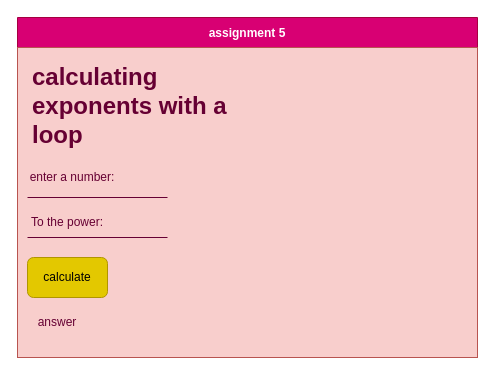
Above: design/storyboard.drawio in sophie-nguyen-0/ICS2O-assignment-5 (draw.io), before the change. Source tidied: cells renumbered, new cells numbered last; positions are measured from the earlier drawing's top-left corner, leaving out a move shared by most shapes. Both pictures are drawn from the tidied source at 100%, with x=0, y=0 at pixel (17, 17).
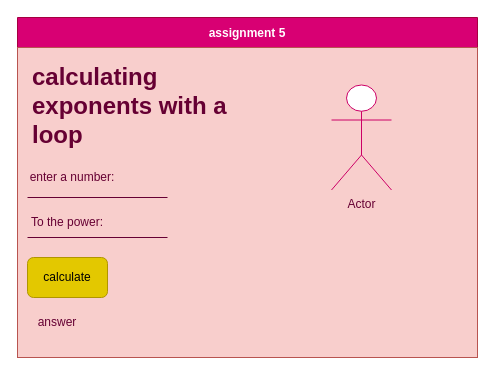
After the change.

Change to the diagram source:
```diff
@@
 <mxGraphModel>
   <root>
     <mxCell id="0" />
     <mxCell id="1" parent="0" />
     <mxCell id="2" value="assignment 5" style="swimlane;fillColor=#d80073;fontColor=#ffffff;strokeColor=#A50040;startSize=30;" parent="1" vertex="1">
       <mxGeometry width="460" height="240" as="geometry" />
     </mxCell>
     <mxCell id="3" style="rounded=0;whiteSpace=wrap;html=1;fillColor=#f8cecc;strokeColor=#b85450;" parent="1" vertex="1">
       <mxGeometry y="30" width="460" height="310" as="geometry" />
     </mxCell>
     <mxCell id="4" value="&lt;h1&gt;calculating exponents with a loop&lt;/h1&gt;&lt;p&gt;&lt;br&gt;&lt;/p&gt;" style="text;html=1;strokeColor=none;fillColor=none;spacing=5;spacingTop=-20;whiteSpace=wrap;overflow=hidden;rounded=0;fontColor=#660033;" parent="1" vertex="1">
       <mxGeometry x="10" y="40" width="220" height="120" as="geometry" />
     </mxCell>
     <mxCell id="5" value="enter a number:" style="text;html=1;strokeColor=none;fillColor=none;align=center;verticalAlign=middle;whiteSpace=wrap;rounded=0;fontColor=#660033;" parent="1" vertex="1">
       <mxGeometry x="10" y="145" width="90" height="30" as="geometry" />
     </mxCell>
     <mxCell id="6" style="endArrow=none;html=1;fontColor=#660033;strokeColor=#660033;" parent="1" edge="1">
       <mxGeometry relative="1" as="geometry">
         <mxPoint x="10" y="180" as="sourcePoint" />
         <mxPoint x="150" y="180" as="targetPoint" />
       </mxGeometry>
     </mxCell>
     <mxCell id="7" value="To the power:" style="text;html=1;strokeColor=none;fillColor=none;align=center;verticalAlign=middle;whiteSpace=wrap;rounded=0;fontColor=#660033;" parent="1" vertex="1">
       <mxGeometry x="10" y="190" width="80" height="30" as="geometry" />
     </mxCell>
     <mxCell id="8" style="endArrow=none;html=1;fontColor=#660033;strokeColor=#660033;" parent="1" edge="1">
       <mxGeometry relative="1" as="geometry">
         <mxPoint x="10" y="220" as="sourcePoint" />
         <mxPoint x="150" y="220" as="targetPoint" />
       </mxGeometry>
     </mxCell>
     <mxCell id="9" value="calculate" style="rounded=1;whiteSpace=wrap;html=1;fontColor=#000000;fillColor=#e3c800;strokeColor=#B09500;" parent="1" vertex="1">
       <mxGeometry x="10" y="240" width="80" height="40" as="geometry" />
     </mxCell>
     <mxCell id="10" value="answer" style="text;html=1;strokeColor=none;fillColor=none;align=center;verticalAlign=middle;whiteSpace=wrap;rounded=0;fontColor=#660033;" parent="1" vertex="1">
       <mxGeometry x="10" y="290" width="60" height="30" as="geometry" />
     </mxCell>
+    <mxCell id="11" value="Actor" style="shape=umlActor;verticalLabelPosition=bottom;verticalAlign=top;html=1;fontColor=#660033;strokeColor=#CC0066;" parent="1" vertex="1">
+      <mxGeometry x="314" y="67.5" width="60" height="105" as="geometry" />
+    </mxCell>
   </root>
 </mxGraphModel>
```
